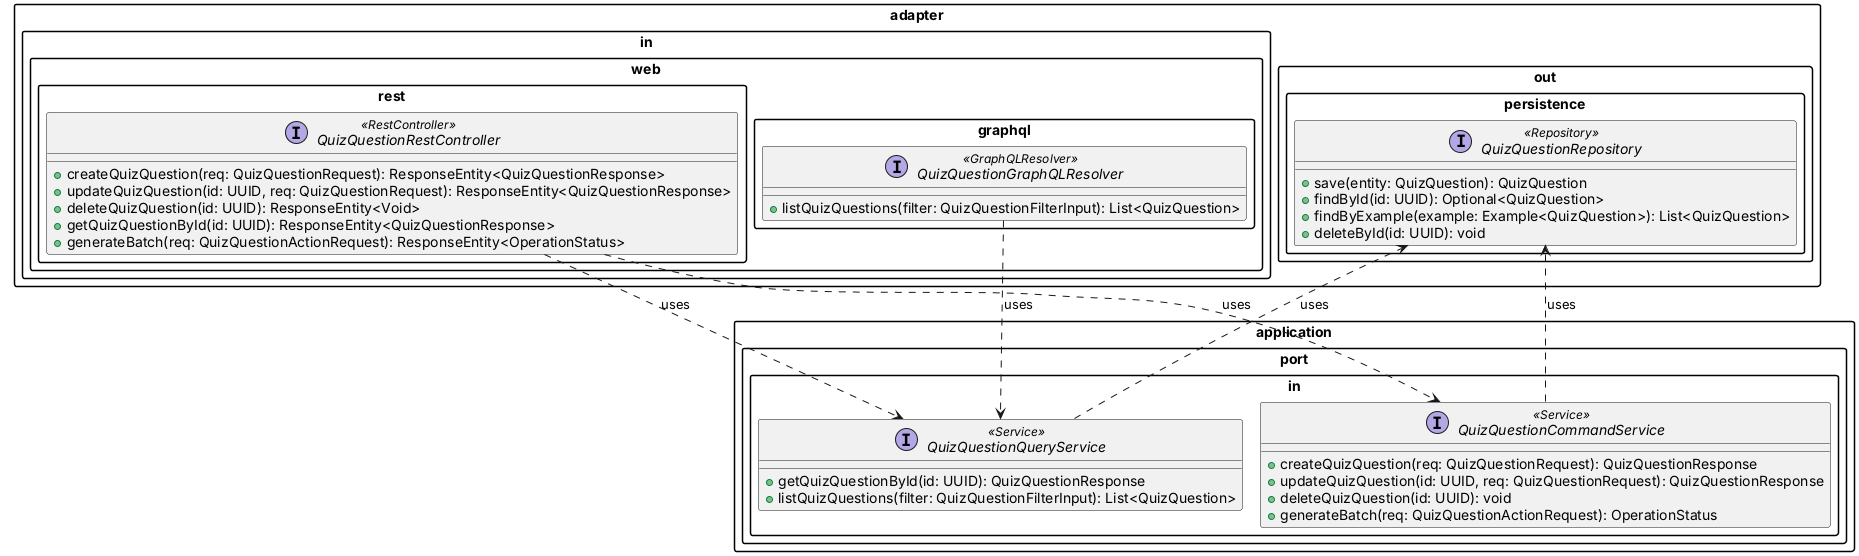
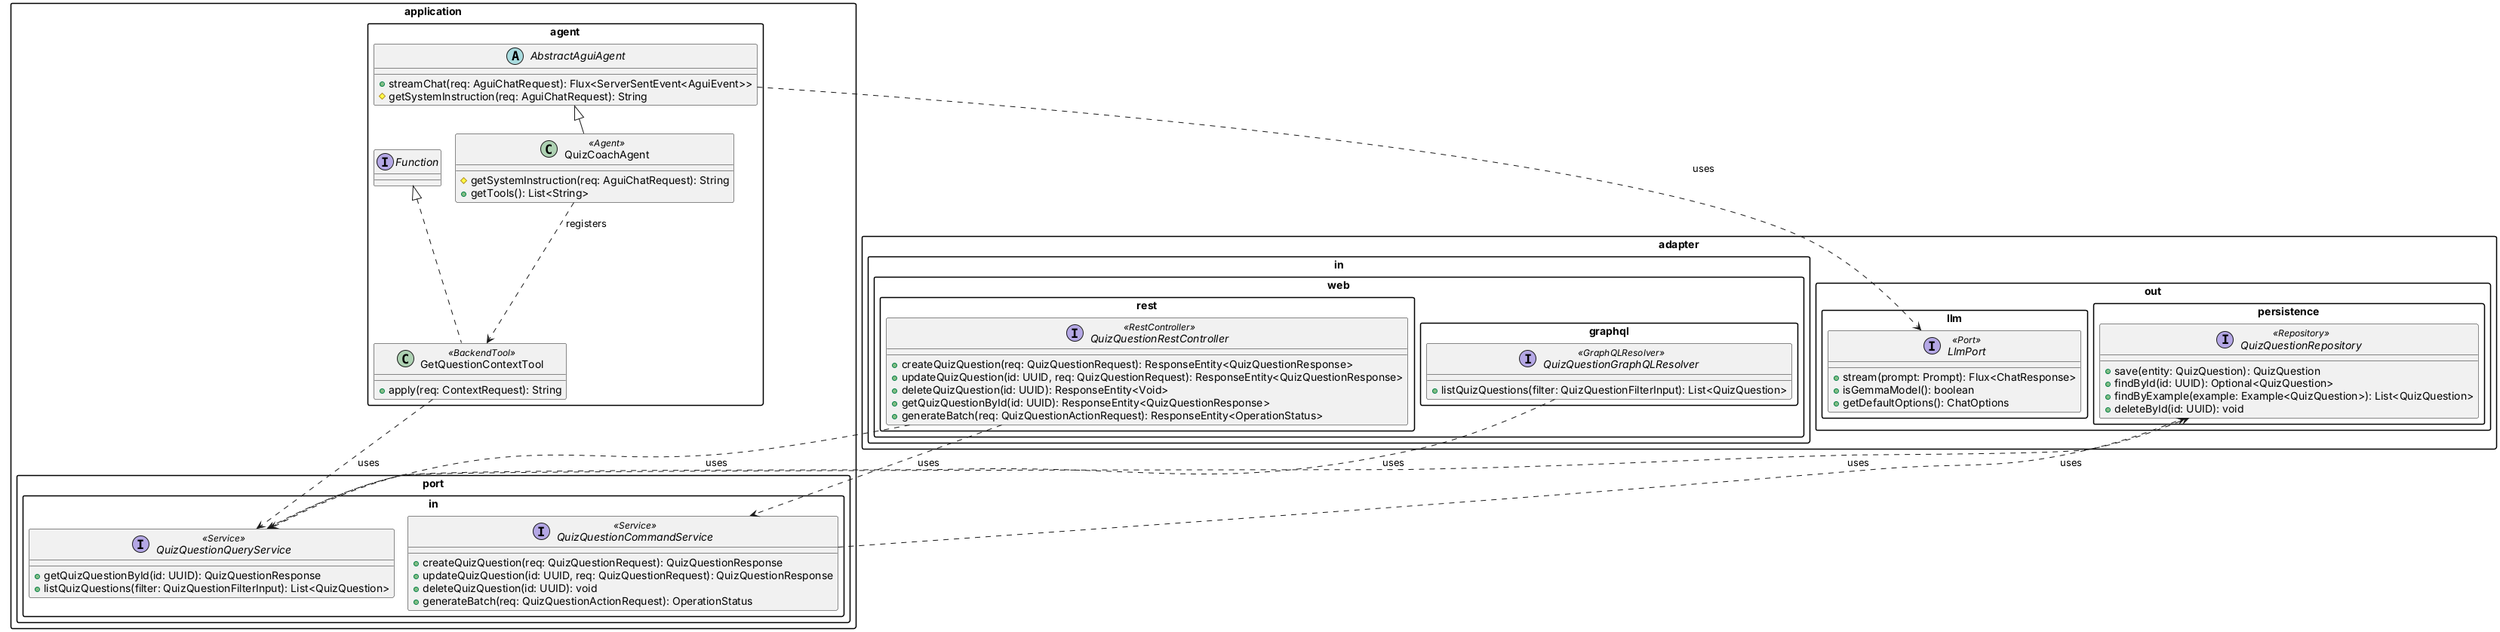
@startuml quiz_question_contract

!pragma layout smetana
skinparam packageStyle rectangle
skinparam defaultFontName Inter

package "adapter.in.web.rest" {
  interface "QuizQuestionRestController" <<RestController>> {
    + createQuizQuestion(req: QuizQuestionRequest): ResponseEntity<QuizQuestionResponse>
    + updateQuizQuestion(id: UUID, req: QuizQuestionRequest): ResponseEntity<QuizQuestionResponse>
    + deleteQuizQuestion(id: UUID): ResponseEntity<Void>
    + getQuizQuestionById(id: UUID): ResponseEntity<QuizQuestionResponse>
    + generateBatch(req: QuizQuestionActionRequest): ResponseEntity<OperationStatus>
  }
}

package "adapter.in.web.graphql" {
  interface "QuizQuestionGraphQLResolver" <<GraphQLResolver>> {
    + listQuizQuestions(filter: QuizQuestionFilterInput): List<QuizQuestion>
  }
}

package "application.port.in" {
  interface "QuizQuestionCommandService" <<Service>> {
    + createQuizQuestion(req: QuizQuestionRequest): QuizQuestionResponse
    + updateQuizQuestion(id: UUID, req: QuizQuestionRequest): QuizQuestionResponse
    + deleteQuizQuestion(id: UUID): void
    + generateBatch(req: QuizQuestionActionRequest): OperationStatus
  }

  interface "QuizQuestionQueryService" <<Service>> {
    + getQuizQuestionById(id: UUID): QuizQuestionResponse
    + listQuizQuestions(filter: QuizQuestionFilterInput): List<QuizQuestion>
  }
}

+ package "application.agent" {
+   abstract class "AbstractAguiAgent" {
+     + streamChat(req: AguiChatRequest): Flux<ServerSentEvent<AguiEvent>>
+     # getSystemInstruction(req: AguiChatRequest): String
+   }
+ 
+   class "QuizCoachAgent" <<Agent>> {
+     # getSystemInstruction(req: AguiChatRequest): String
+     + getTools(): List<String>
+   }
+ 
+   class "GetQuestionContextTool" <<BackendTool>> implements Function {
+     + apply(req: ContextRequest): String
+   }
+ }
+ 
+ "QuizCoachAgent" -up-|> "AbstractAguiAgent"
+ "QuizCoachAgent" ..> "GetQuestionContextTool" : registers
+ 
package "adapter.out.persistence" {
  interface "QuizQuestionRepository" <<Repository>> {
    + save(entity: QuizQuestion): QuizQuestion
    + findById(id: UUID): Optional<QuizQuestion>
    + findByExample(example: Example<QuizQuestion>): List<QuizQuestion>
    + deleteById(id: UUID): void
  }
}

+ package "adapter.out.llm" {
+   interface "LlmPort" <<Port>> {
+     + stream(prompt: Prompt): Flux<ChatResponse>
+     + isGemmaModel(): boolean
+     + getDefaultOptions(): ChatOptions
+   }
+ }
+ 
"QuizQuestionRestController"  ..> "QuizQuestionCommandService" : uses
"QuizQuestionRestController"  ..> "QuizQuestionQueryService" : uses
"QuizQuestionGraphQLResolver" ..> "QuizQuestionQueryService" : uses
"QuizQuestionCommandService"  ..> "QuizQuestionRepository" : uses
"QuizQuestionQueryService"    ..> "QuizQuestionRepository" : uses

+ "GetQuestionContextTool" ..> "QuizQuestionQueryService" : uses
+ "AbstractAguiAgent" ..> "LlmPort" : uses
+ 
@enduml
